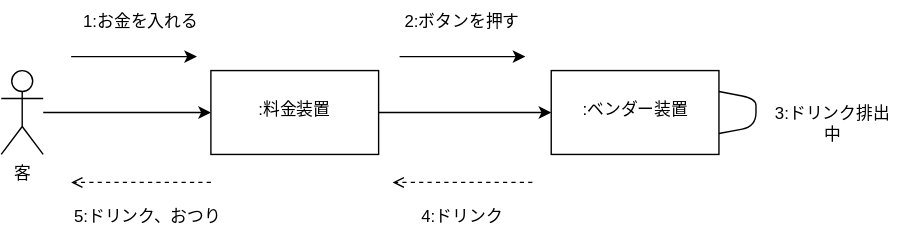
Earlier version of the draw.io export 演習6-4-4_コミュニケーション図_自動販売機.drawio.svg (allface017/uml-introduction). Source tidied: cells renumbered, new cells last; positions are measured from the earlier drawing's top-left corner, leaving out a move shared by most shapes.
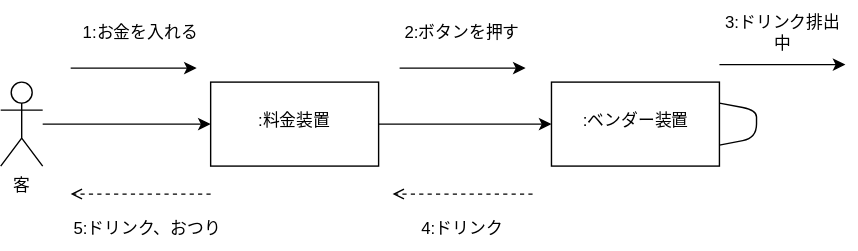
After the change.

The edit, as a diff of the source:
```diff
@@ -62,7 +62,13 @@
       <mxGeometry x="50" y="140" width="110" height="30" as="geometry" />
     </mxCell>
     <mxCell id="16" value="3:ドリンク排出中" style="text;html=1;strokeColor=none;fillColor=none;align=center;verticalAlign=middle;whiteSpace=wrap;rounded=0;labelBorderColor=none;" parent="1" vertex="1">
-      <mxGeometry x="550" y="65" width="90" height="45" as="geometry" />
+      <mxGeometry x="513.5" y="-7.5" width="90" height="45" as="geometry" />
     </mxCell>
+    <mxCell id="17" style="endArrow=classic;html=1;" parent="1" edge="1">
+      <mxGeometry relative="1" as="geometry">
+        <mxPoint x="513.5" y="37.5" as="sourcePoint" />
+        <mxPoint x="603.5" y="37.5" as="targetPoint" />
+      </mxGeometry>
+    </mxCell>
   </root>
 </mxGraphModel>
```
